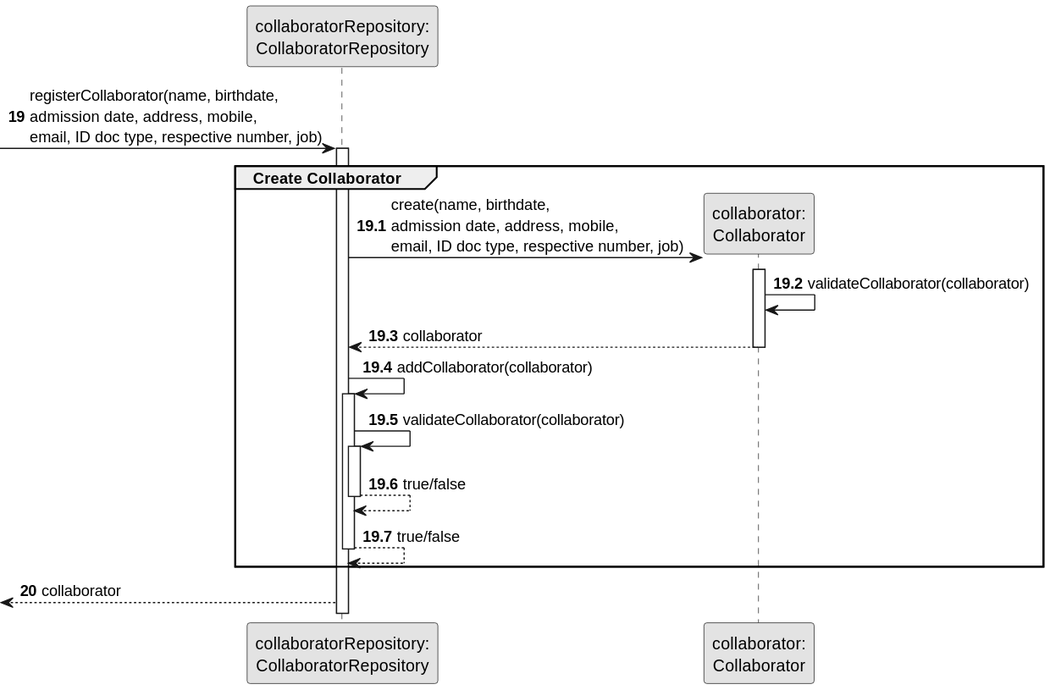
Earlier version of the PlantUML export docs/sprint2/us03/03.design/svg/us03-sequence-diagram-partial-create-collaborator.svg (Departamento-de-Engenharia-Informatica/lei-24-s2-1db-g022).
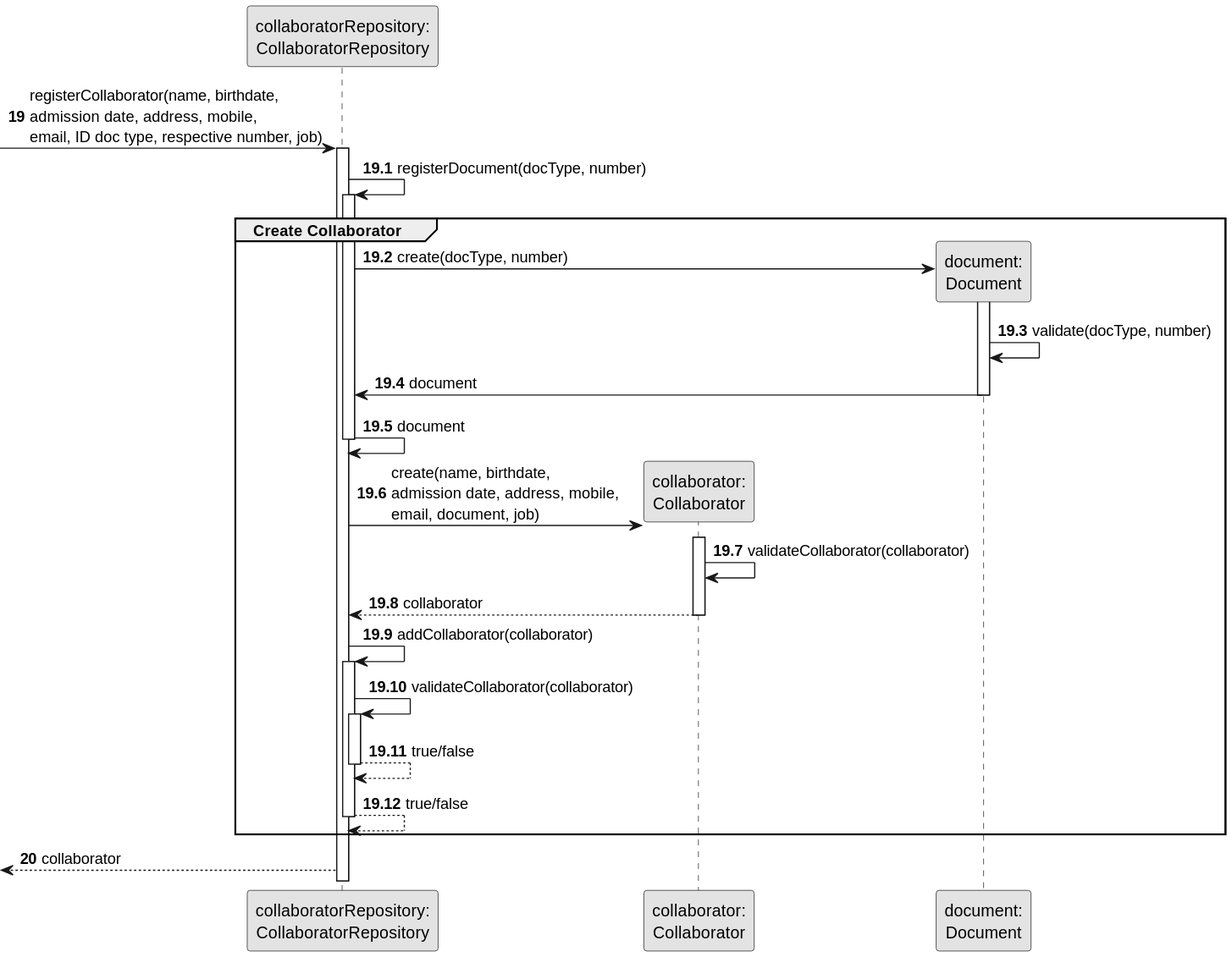
The same diagram one commit later.

Change to the diagram source:
```diff
@@ -6,16 +6,33 @@
 
 participant "collaboratorRepository:\nCollaboratorRepository" as CollaboratorRepository
 participant "collaborator:\nCollaborator" as Collaborator
+participant "document:\nDocument" as Doc
 
 autonumber 19
 -> CollaboratorRepository : registerCollaborator(name, birthdate, \nadmission date, address, mobile, \nemail, ID doc type, respective number, job)
 
 
 autonumber 19.1
+activate CollaboratorRepository
 
+CollaboratorRepository -> CollaboratorRepository : registerDocument(docType, number)
 activate CollaboratorRepository
+
+
     group Create Collaborator
-CollaboratorRepository -> Collaborator**: create(name, birthdate, \nadmission date, address, mobile, \nemail, ID doc type, respective number, job)
+    CollaboratorRepository -> Doc** : create(docType, number)
+    activate Doc
+
+    Doc -> Doc : validate(docType, number)
+
+    Doc -> CollaboratorRepository : document
+    deactivate Doc
+
+    CollaboratorRepository -> CollaboratorRepository : document
+    deactivate CollaboratorRepository
+
+
+CollaboratorRepository -> Collaborator**: create(name, birthdate, \nadmission date, address, mobile, \nemail, document, job)
 
             activate Collaborator
 
```
